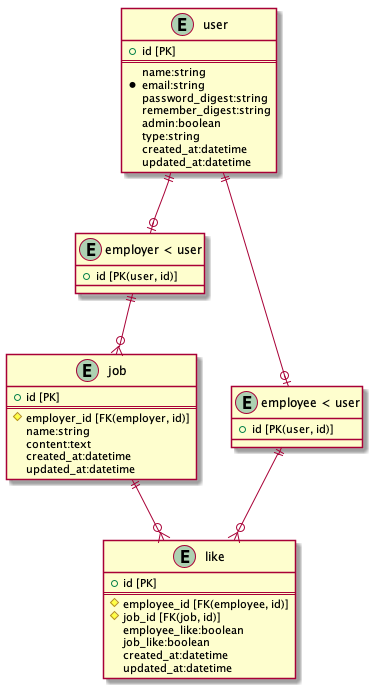
Earlier version of the PlantUML export out/ER-diagram/prototype.png (muryakami/Like-App).
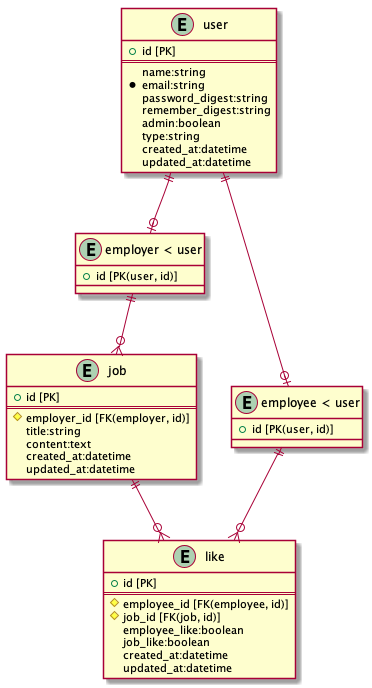
The same file after the commit.

The edit, as a diff of the source:
```diff
@@ -25,7 +25,7 @@
   + id [PK]
   ==
   # employer_id [FK(employer, id)]
-  name:string
+  title:string
   content:text
   created_at:datetime
   updated_at:datetime
```
